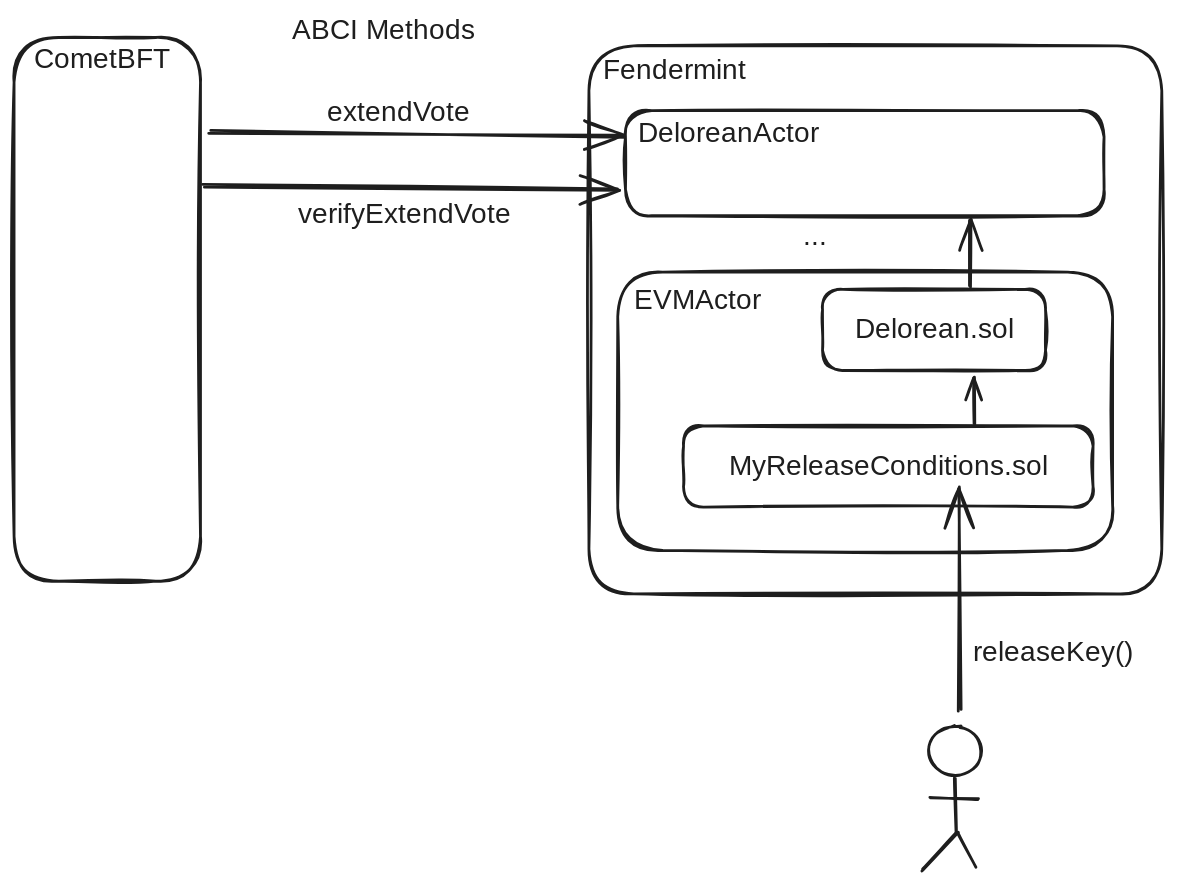
The Excalidraw diagram Delorean-Docs/arch.excalidraw.svg in ChainSafe/Delorean-Protocol, before a commit. Source tidied: one line per element, renumbered; positions are measured from the earlier drawing's top-left corner, leaving out a move shared by most shapes. The source it was exported from:
```json
{"id": 0, "type": "rectangle", "strokeColor": "#1e1e1e", "strokeWidth": 2, "roughness": 1, "round": true, "x": 437, "y": 69, "width": 342, "height": 75}
{"id": 1, "type": "text", "text": "DeloreanActor", "strokeColor": "#1e1e1e", "strokeWidth": 2, "roughness": 1, "fontSize": 20, "fontFamily": 3, "x": 446, "y": 74, "width": 152, "height": 24}
{"id": 2, "type": "text", "text": "...\n", "strokeColor": "#1e1e1e", "strokeWidth": 2, "roughness": 1, "fontSize": 20, "fontFamily": 1, "x": 564, "y": 147, "width": 16, "height": 50}
{"id": 3, "type": "rectangle", "strokeColor": "#1e1e1e", "strokeWidth": 2, "roughness": 1, "round": true, "x": 431, "y": 184, "width": 354, "height": 199}
{"id": 4, "type": "text", "text": "EVMActor", "strokeColor": "#1e1e1e", "strokeWidth": 2, "roughness": 1, "fontSize": 20, "fontFamily": 3, "x": 443, "y": 193, "width": 94, "height": 24}
{"id": 5, "type": "rectangle", "strokeColor": "#1e1e1e", "strokeWidth": 2, "roughness": 1, "round": true, "x": 411, "y": 23, "width": 409, "height": 392}
{"id": 6, "type": "text", "text": "Fendermint", "strokeColor": "#1e1e1e", "strokeWidth": 2, "roughness": 1, "fontSize": 20, "fontFamily": 3, "x": 421, "y": 29, "width": 117, "height": 24}
{"id": 7, "type": "rectangle", "strokeColor": "#1e1e1e", "strokeWidth": 2, "roughness": 1, "round": true, "x": 0, "y": 17, "width": 133, "height": 388}
{"id": 8, "type": "text", "text": "CometBFT", "strokeColor": "#1e1e1e", "strokeWidth": 2, "roughness": 1, "fontSize": 20, "fontFamily": 3, "x": 14, "y": 21, "width": 94, "height": 24}
{"id": 9, "type": "rectangle", "strokeColor": "#1e1e1e", "strokeWidth": 2, "roughness": 1, "round": true, "x": 578, "y": 197, "width": 159, "height": 58}
{"id": 10, "type": "text", "text": "Delorean.sol", "strokeColor": "#1e1e1e", "strokeWidth": 2, "roughness": 1, "fontSize": 20, "fontFamily": 3, "textAlign": "center", "verticalAlign": "middle", "inside": 9, "x": 587, "y": 214, "width": 141, "height": 24}
{"id": 11, "type": "rectangle", "strokeColor": "#1e1e1e", "strokeWidth": 2, "roughness": 1, "round": true, "x": 478, "y": 294, "width": 293, "height": 58}
{"id": 12, "type": "text", "text": "MyReleaseConditions.sol", "strokeColor": "#1e1e1e", "strokeWidth": 2, "roughness": 1, "fontSize": 20, "fontFamily": 3, "textAlign": "center", "verticalAlign": "middle", "inside": 11, "x": 490, "y": 311, "width": 270, "height": 24}
{"id": 13, "type": "arrow", "strokeColor": "#1e1e1e", "strokeWidth": 2, "roughness": 1, "endArrowhead": "arrow", "round": true, "from": 11, "to": 9, "x": 686, "y": 293, "width": 0, "height": 33, "points": [[0, 0], [0, -33]]}
{"id": 14, "type": "arrow", "strokeColor": "#1e1e1e", "strokeWidth": 2, "roughness": 1, "endArrowhead": "arrow", "round": true, "from": 9, "to": 0, "x": 683, "y": 195, "width": 0, "height": 47, "points": [[0, 0], [0, -47]]}
{"id": 15, "type": "ellipse", "strokeColor": "#1e1e1e", "strokeWidth": 2, "roughness": 1, "round": true, "x": 653, "y": 509, "width": 38, "height": 35}
{"id": 16, "type": "line", "strokeColor": "#1e1e1e", "strokeWidth": 2, "roughness": 1, "round": true, "x": 673, "y": 546, "width": 1, "height": 39, "points": [[0, 0], [1, 39]]}
{"id": 17, "type": "line", "strokeColor": "#1e1e1e", "strokeWidth": 2, "roughness": 1, "round": true, "x": 673, "y": 585, "width": 25, "height": 26, "points": [[0, 0], [-25, 26]]}
{"id": 18, "type": "line", "strokeColor": "#1e1e1e", "strokeWidth": 2, "roughness": 1, "round": true, "x": 674, "y": 585, "width": 13, "height": 24, "points": [[0, 0], [13, 24]]}
{"id": 19, "type": "line", "strokeColor": "#1e1e1e", "strokeWidth": 2, "roughness": 1, "round": true, "x": 654, "y": 560, "width": 35, "height": 1, "points": [[0, 0], [35, 1]]}
{"id": 20, "type": "arrow", "strokeColor": "#1e1e1e", "strokeWidth": 2, "roughness": 1, "endArrowhead": "arrow", "round": true, "from": 15, "x": 675, "y": 499, "width": 1, "height": 160, "points": [[0, 0], [-1, -160]]}
{"id": 21, "type": "text", "text": "releaseKey()", "strokeColor": "#1e1e1e", "strokeWidth": 2, "roughness": 1, "fontSize": 20, "fontFamily": 3, "x": 685, "y": 444, "width": 141, "height": 24}
{"id": 22, "type": "arrow", "strokeColor": "#1e1e1e", "strokeWidth": 2, "roughness": 1, "endArrowhead": "arrow", "round": true, "from": 7, "to": 1, "x": 141, "y": 84, "width": 295, "height": 3, "points": [[0, 0], [295, 3]]}
{"id": 23, "type": "arrow", "strokeColor": "#1e1e1e", "strokeWidth": 2, "roughness": 1, "startArrowhead": "arrow", "round": true, "from": 0, "to": 7, "x": 433, "y": 126, "width": 296, "height": 3, "points": [[0, 0], [-296, -3]]}
{"id": 24, "type": "text", "text": "extendVote", "strokeColor": "#1e1e1e", "strokeWidth": 2, "roughness": 1, "fontSize": 20, "fontFamily": 3, "x": 224, "y": 59, "width": 117, "height": 24}
{"id": 25, "type": "text", "text": "verifyExtendVote", "strokeColor": "#1e1e1e", "strokeWidth": 2, "roughness": 1, "fontSize": 20, "fontFamily": 3, "x": 203, "y": 131, "width": 188, "height": 24}
{"id": 26, "type": "text", "text": "ABCI Methods", "strokeColor": "#1e1e1e", "strokeWidth": 2, "roughness": 1, "fontSize": 20, "fontFamily": 3, "x": 199, "y": 0, "width": 141, "height": 24}
```
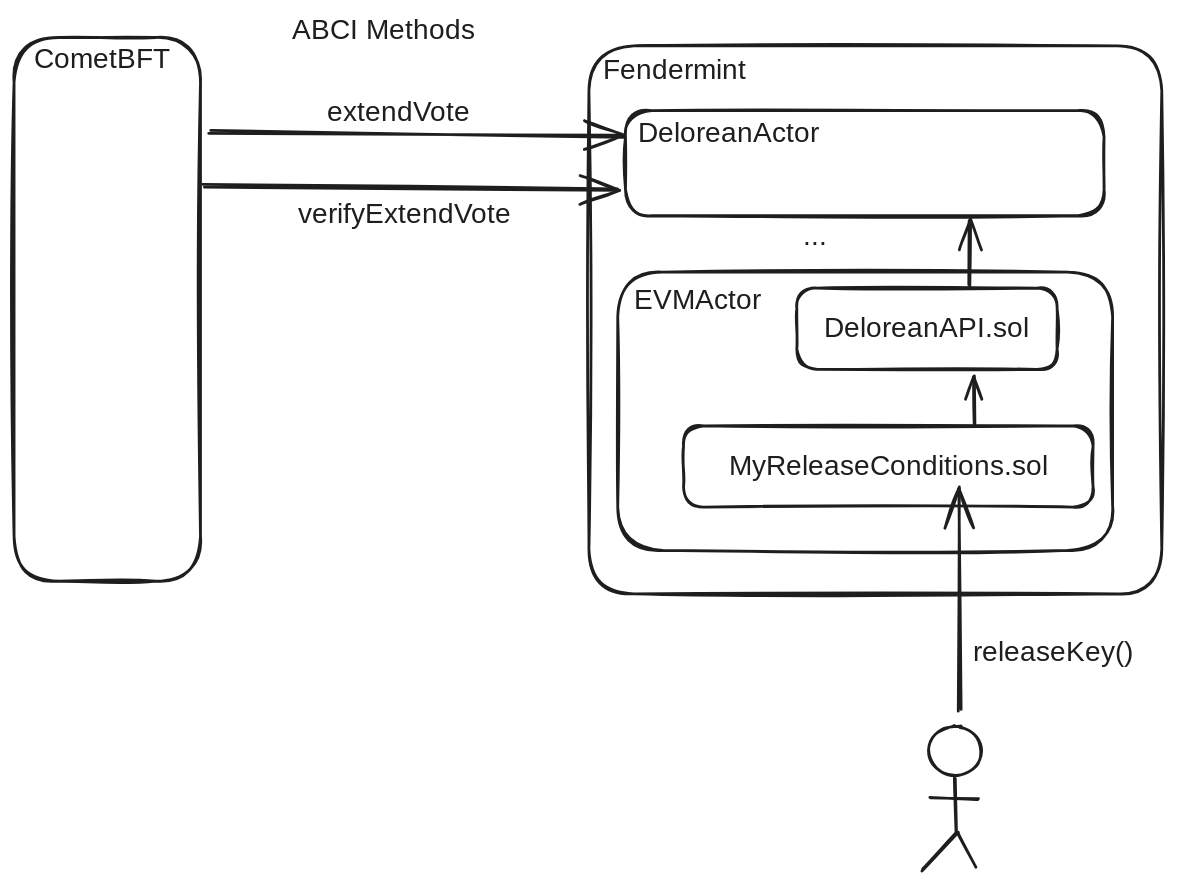
After the change.

The edit, as a diff of the source:
```diff
@@ -7,12 +7,12 @@
 {"id": 6, "type": "text", "text": "Fendermint", "strokeColor": "#1e1e1e", "strokeWidth": 2, "roughness": 1, "fontSize": 20, "fontFamily": 3, "x": 421, "y": 29, "width": 117, "height": 24}
 {"id": 7, "type": "rectangle", "strokeColor": "#1e1e1e", "strokeWidth": 2, "roughness": 1, "round": true, "x": 0, "y": 17, "width": 133, "height": 388}
 {"id": 8, "type": "text", "text": "CometBFT", "strokeColor": "#1e1e1e", "strokeWidth": 2, "roughness": 1, "fontSize": 20, "fontFamily": 3, "x": 14, "y": 21, "width": 94, "height": 24}
-{"id": 9, "type": "rectangle", "strokeColor": "#1e1e1e", "strokeWidth": 2, "roughness": 1, "round": true, "x": 578, "y": 197, "width": 159, "height": 58}
+{"id": 9, "type": "rectangle", "strokeColor": "#1e1e1e", "strokeWidth": 2, "roughness": 1, "round": true, "x": 559, "y": 196, "width": 186, "height": 58}
-{"id": 10, "type": "text", "text": "Delorean.sol", "strokeColor": "#1e1e1e", "strokeWidth": 2, "roughness": 1, "fontSize": 20, "fontFamily": 3, "textAlign": "center", "verticalAlign": "middle", "inside": 9, "x": 587, "y": 214, "width": 141, "height": 24}
+{"id": 10, "type": "text", "text": "DeloreanAPI.sol", "strokeColor": "#1e1e1e", "strokeWidth": 2, "roughness": 1, "fontSize": 20, "fontFamily": 3, "textAlign": "center", "verticalAlign": "middle", "inside": 9, "x": 564, "y": 213, "width": 176, "height": 24}
 {"id": 11, "type": "rectangle", "strokeColor": "#1e1e1e", "strokeWidth": 2, "roughness": 1, "round": true, "x": 478, "y": 294, "width": 293, "height": 58}
 {"id": 12, "type": "text", "text": "MyReleaseConditions.sol", "strokeColor": "#1e1e1e", "strokeWidth": 2, "roughness": 1, "fontSize": 20, "fontFamily": 3, "textAlign": "center", "verticalAlign": "middle", "inside": 11, "x": 490, "y": 311, "width": 270, "height": 24}
-{"id": 13, "type": "arrow", "strokeColor": "#1e1e1e", "strokeWidth": 2, "roughness": 1, "endArrowhead": "arrow", "round": true, "from": 11, "to": 9, "x": 686, "y": 293, "width": 0, "height": 33, "points": [[0, 0], [0, -33]]}
+{"id": 13, "type": "arrow", "strokeColor": "#1e1e1e", "strokeWidth": 2, "roughness": 1, "endArrowhead": "arrow", "round": true, "from": 11, "to": 9, "x": 686, "y": 293, "width": 0, "height": 34, "points": [[0, 0], [0, -34]]}
-{"id": 14, "type": "arrow", "strokeColor": "#1e1e1e", "strokeWidth": 2, "roughness": 1, "endArrowhead": "arrow", "round": true, "from": 9, "to": 0, "x": 683, "y": 195, "width": 0, "height": 47, "points": [[0, 0], [0, -47]]}
+{"id": 14, "type": "arrow", "strokeColor": "#1e1e1e", "strokeWidth": 2, "roughness": 1, "endArrowhead": "arrow", "round": true, "from": 9, "to": 0, "x": 683, "y": 194, "width": 0, "height": 46, "points": [[0, 0], [0, -46]]}
 {"id": 15, "type": "ellipse", "strokeColor": "#1e1e1e", "strokeWidth": 2, "roughness": 1, "round": true, "x": 653, "y": 509, "width": 38, "height": 35}
 {"id": 16, "type": "line", "strokeColor": "#1e1e1e", "strokeWidth": 2, "roughness": 1, "round": true, "x": 673, "y": 546, "width": 1, "height": 39, "points": [[0, 0], [1, 39]]}
 {"id": 17, "type": "line", "strokeColor": "#1e1e1e", "strokeWidth": 2, "roughness": 1, "round": true, "x": 673, "y": 585, "width": 25, "height": 26, "points": [[0, 0], [-25, 26]]}
```
